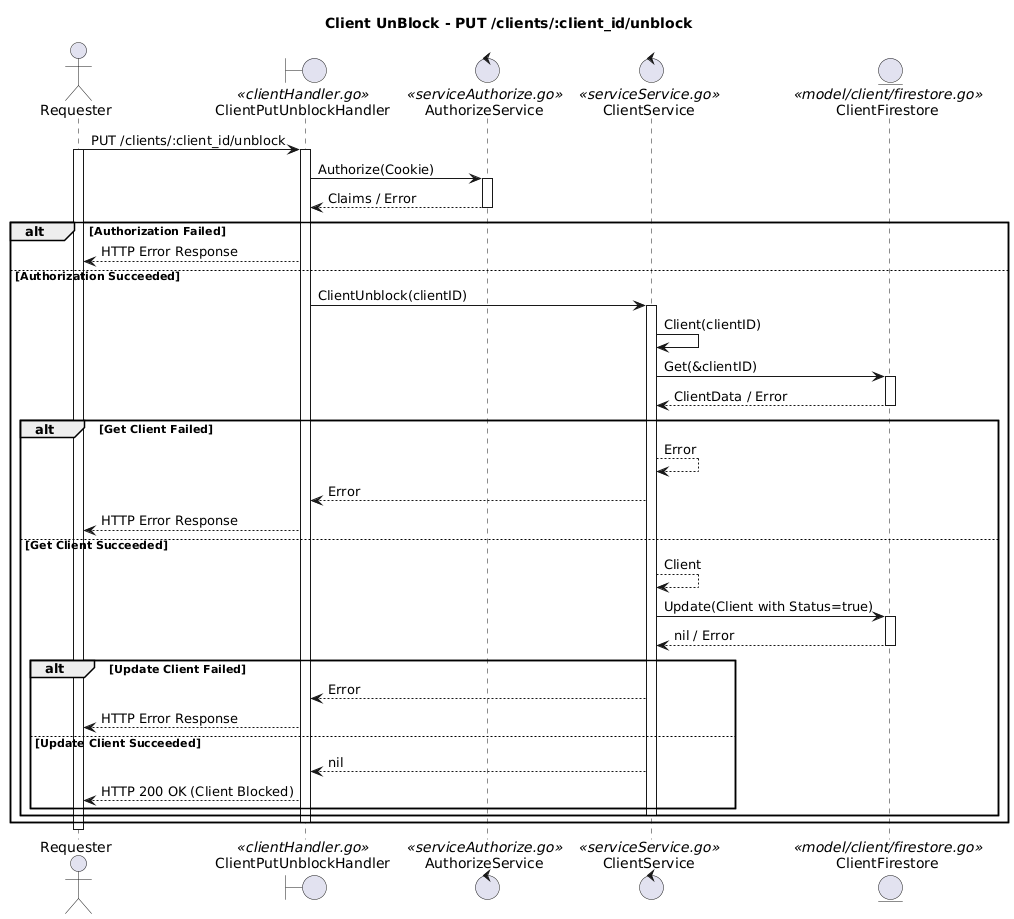
JulioKobayashiEbury/BankingAPI keeps this PlantUML diagram as docs/Un(Block)/SequenciaClientUnblock.png. Above is the earlier version.
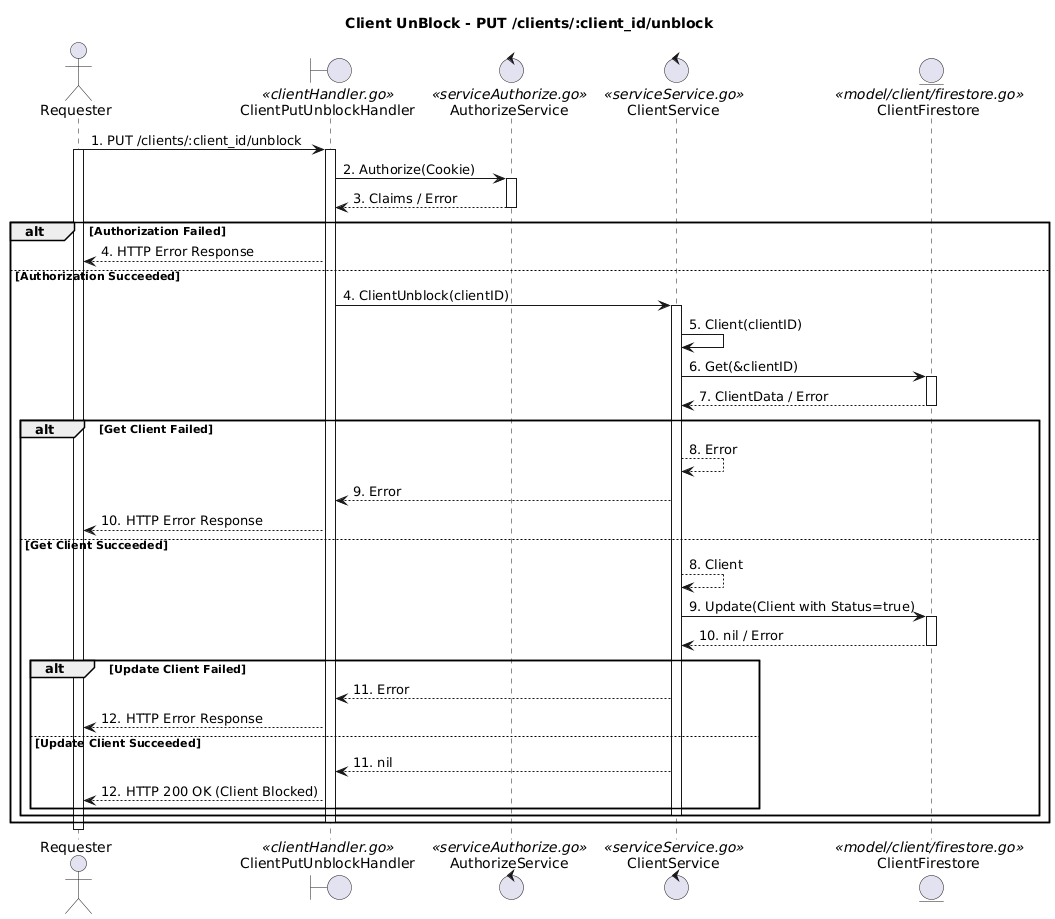
After the change.

The edit, as a diff of the source:
```diff
@@ -7,39 +7,39 @@
 control ClientService <<serviceService.go>>
 entity ClientFirestore <<model/client/firestore.go>>
 
-Requester -> ClientPutUnblockHandler : PUT /clients/:client_id/unblock
+Requester -> ClientPutUnblockHandler : 1. PUT /clients/:client_id/unblock
 activate Requester
 activate ClientPutUnblockHandler
-ClientPutUnblockHandler -> AuthorizeService : Authorize(Cookie)
+ClientPutUnblockHandler -> AuthorizeService : 2. Authorize(Cookie)
 activate AuthorizeService
-AuthorizeService --> ClientPutUnblockHandler : Claims / Error
+AuthorizeService --> ClientPutUnblockHandler : 3. Claims / Error
 deactivate AuthorizeService
 alt Authorization Failed
-    ClientPutUnblockHandler --> Requester : HTTP Error Response
+    ClientPutUnblockHandler --> Requester : 4. HTTP Error Response
 else Authorization Succeeded
-    ClientPutUnblockHandler -> ClientService : ClientUnblock(clientID)
+    ClientPutUnblockHandler -> ClientService : 4. ClientUnblock(clientID)
     activate ClientService
-    ClientService -> ClientService : Client(clientID)
-    ClientService -> ClientFirestore : Get(&clientID)
+    ClientService -> ClientService : 5. Client(clientID)
+    ClientService -> ClientFirestore : 6. Get(&clientID)
     activate ClientFirestore
-    ClientFirestore --> ClientService : ClientData / Error
+    ClientFirestore --> ClientService : 7. ClientData / Error
     deactivate ClientFirestore
     alt Get Client Failed
-        ClientService --> ClientService : Error
-        ClientService --> ClientPutUnblockHandler : Error
-        ClientPutUnblockHandler --> Requester : HTTP Error Response
+        ClientService --> ClientService : 8. Error
+        ClientService --> ClientPutUnblockHandler : 9. Error
+        ClientPutUnblockHandler --> Requester : 10. HTTP Error Response
     else Get Client Succeeded
-        ClientService --> ClientService : Client
-        ClientService -> ClientFirestore : Update(Client with Status=true)
+        ClientService --> ClientService : 8. Client
+        ClientService -> ClientFirestore : 9. Update(Client with Status=true)
         activate ClientFirestore
-        ClientFirestore --> ClientService : nil / Error
+        ClientFirestore --> ClientService : 10. nil / Error
         deactivate ClientFirestore
         alt Update Client Failed
-            ClientService --> ClientPutUnblockHandler : Error
-            ClientPutUnblockHandler --> Requester : HTTP Error Response
+            ClientService --> ClientPutUnblockHandler : 11. Error
+            ClientPutUnblockHandler --> Requester : 12. HTTP Error Response
         else Update Client Succeeded
-            ClientService --> ClientPutUnblockHandler : nil
-            ClientPutUnblockHandler --> Requester : HTTP 200 OK (Client Blocked)
+            ClientService --> ClientPutUnblockHandler : 11. nil
+            ClientPutUnblockHandler --> Requester : 12. HTTP 200 OK (Client Blocked)
         end
         deactivate ClientService
     end
```
